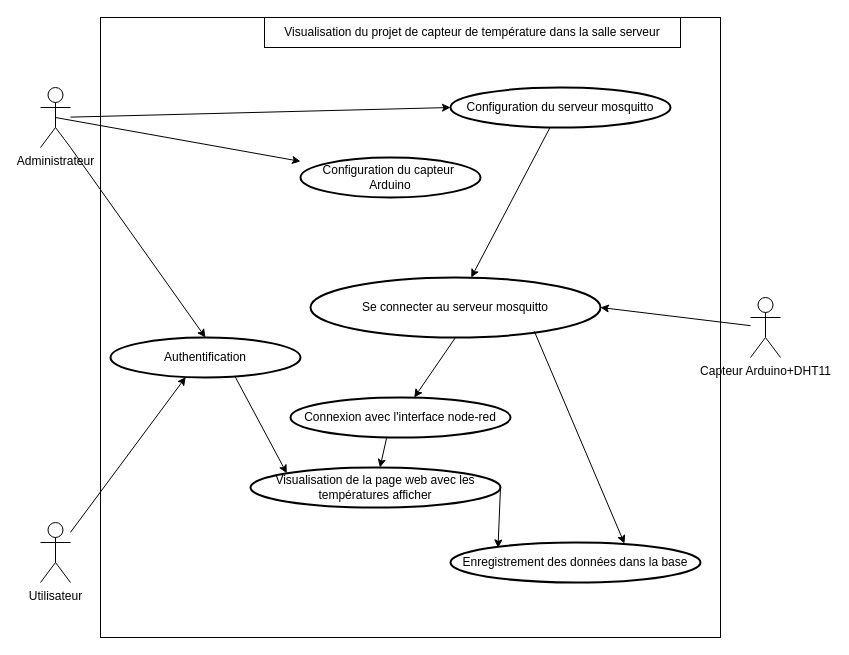
This is Avant_Commencement_Projet/Diagramme_UseCase/Diagramme_UseCase_KETTERER_projet.drawio from AnthonyKTTR67/projet, a draw.io file, before an edit. Source tidied: cells renumbered, new cells numbered last; positions are measured from the earlier drawing's top-left corner, leaving out a move shared by most shapes. Both pictures are drawn from the tidied source at 100%, with x=0, y=0 at pixel (40, 17).
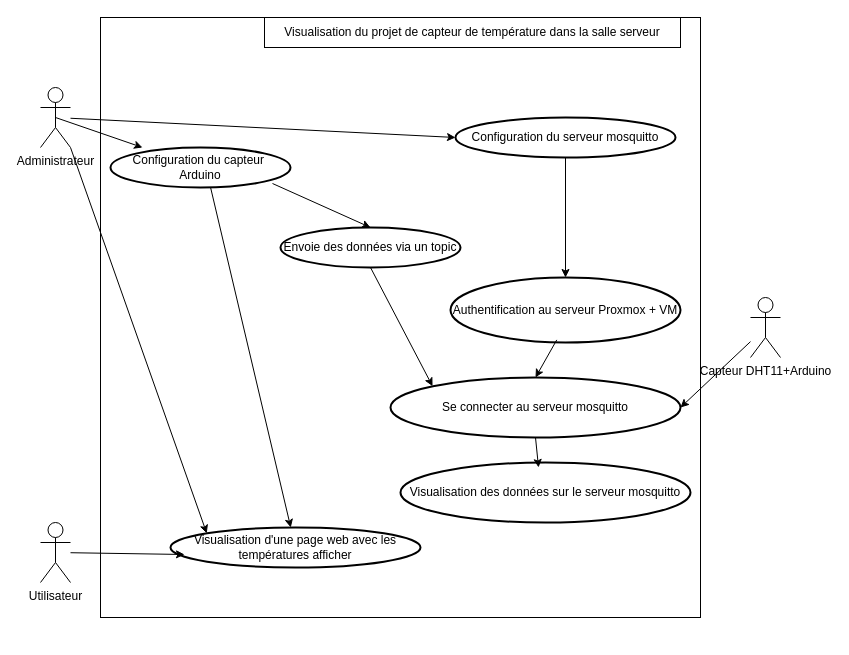
Above is the later version.

Unchanged cells that the change refers to:
```xml
<mxCell id="3" value="Administrateur" style="shape=umlActor;verticalLabelPosition=bottom;verticalAlign=top;html=1;outlineConnect=0;" parent="1" vertex="1">
  <mxGeometry y="70" width="30" height="60" as="geometry" />
</mxCell>
<mxCell id="4" value="Utilisateur" style="shape=umlActor;verticalLabelPosition=bottom;verticalAlign=top;html=1;outlineConnect=0;" parent="1" vertex="1">
  <mxGeometry y="505" width="30" height="60" as="geometry" />
</mxCell>
```

Change to the diagram source:
```diff
@@
     <mxCell id="2" style="whiteSpace=wrap;html=1;" parent="1" vertex="1">
-      <mxGeometry x="60" width="620" height="620" as="geometry" />
+      <mxGeometry x="60" width="600" height="600" as="geometry" />
     </mxCell>
@@
     <mxCell id="6" value="Configuration du capteur&amp;nbsp; Arduino" style="strokeWidth=2;html=1;shape=mxgraph.flowchart.start_1;whiteSpace=wrap;" parent="1" vertex="1">
-      <mxGeometry x="260" y="140" width="180" height="40" as="geometry" />
+      <mxGeometry x="70" y="130" width="180" height="40" as="geometry" />
     </mxCell>
     <mxCell id="7" value="Configuration du serveur mosquitto" style="strokeWidth=2;html=1;shape=mxgraph.flowchart.start_1;whiteSpace=wrap;" parent="1" vertex="1">
-      <mxGeometry x="410" y="70" width="220" height="40" as="geometry" />
+      <mxGeometry x="415" y="100" width="220" height="40" as="geometry" />
     </mxCell>
@@
     <mxCell id="10" value="Se connecter au serveur mosquitto" style="strokeWidth=2;html=1;shape=mxgraph.flowchart.start_1;whiteSpace=wrap;" parent="1" vertex="1">
-      <mxGeometry x="270" y="260" width="290" height="60" as="geometry" />
+      <mxGeometry x="350" y="360" width="290" height="60" as="geometry" />
     </mxCell>
-    <mxCell id="11" style="endArrow=classic;html=1;rounded=0;" parent="1" edge="1" source="7" target="10">
-      <mxGeometry relative="1" as="geometry" />
-    </mxCell>
-    <mxCell id="12" value="Connexion avec l'interface node-red" style="strokeWidth=2;html=1;shape=mxgraph.flowchart.start_1;whiteSpace=wrap;" parent="1" vertex="1">
-      <mxGeometry x="250" y="380" width="220" height="40" as="geometry" />
-    </mxCell>
-    <mxCell id="13" value="Visualisation de la page web avec les températures afficher" style="strokeWidth=2;html=1;shape=mxgraph.flowchart.start_1;whiteSpace=wrap;" parent="1" vertex="1">
-      <mxGeometry x="210" y="450" width="250" height="40" as="geometry" />
+    <mxCell id="13" value="Visualisation d'une page web avec les températures afficher" style="strokeWidth=2;html=1;shape=mxgraph.flowchart.start_1;whiteSpace=wrap;" parent="1" vertex="1">
+      <mxGeometry x="130" y="510" width="250" height="40" as="geometry" />
     </mxCell>
-    <mxCell id="14" style="endArrow=classic;html=1;rounded=0;exitX=0.5;exitY=1;exitDx=0;exitDy=0;exitPerimeter=0;" parent="1" edge="1" source="10" target="12">
-      <mxGeometry relative="1" as="geometry" />
-    </mxCell>
-    <mxCell id="15" style="endArrow=classic;html=1;rounded=0;exitX=0.438;exitY=0.983;exitDx=0;exitDy=0;exitPerimeter=0;" parent="1" edge="1" source="12" target="13">
+    <mxCell id="15" style="endArrow=classic;html=1;rounded=0;exitX=0.556;exitY=1;exitDx=0;exitDy=0;exitPerimeter=0;" parent="1" edge="1" source="6" target="13">
       <mxGeometry relative="1" as="geometry" />
     </mxCell>
-    <mxCell id="16" style="endArrow=classic;html=1;rounded=0;entryX=0.5;entryY=0;entryDx=0;entryDy=0;entryPerimeter=0;exitX=1;exitY=1;exitDx=0;exitDy=0;exitPerimeter=0;" parent="1" edge="1" source="3" target="23">
+    <mxCell id="16" style="endArrow=classic;html=1;rounded=0;entryX=0.145;entryY=0.145;entryDx=0;entryDy=0;entryPerimeter=0;exitX=1;exitY=1;exitDx=0;exitDy=0;exitPerimeter=0;" parent="1" edge="1" source="3" target="13">
       <mxGeometry relative="1" as="geometry" />
     </mxCell>
-    <mxCell id="17" value="Enregistrement des données dans la base" style="strokeWidth=2;html=1;shape=mxgraph.flowchart.start_1;whiteSpace=wrap;" parent="1" vertex="1">
-      <mxGeometry x="410" y="525" width="250" height="40" as="geometry" />
-    </mxCell>
-    <mxCell id="18" style="endArrow=classic;html=1;rounded=0;entryX=0.696;entryY=0.028;entryDx=0;entryDy=0;entryPerimeter=0;exitX=0.772;exitY=0.899;exitDx=0;exitDy=0;exitPerimeter=0;" parent="1" edge="1" source="10" target="17">
-      <mxGeometry relative="1" as="geometry" />
-    </mxCell>
-    <mxCell id="19" value="Capteur Arduino+DHT11" style="shape=umlActor;verticalLabelPosition=bottom;verticalAlign=top;html=1;outlineConnect=0;" parent="1" vertex="1">
+    <mxCell id="19" value="Capteur DHT11+Arduino" style="shape=umlActor;verticalLabelPosition=bottom;verticalAlign=top;html=1;outlineConnect=0;" parent="1" vertex="1">
       <mxGeometry x="710" y="280" width="30" height="60" as="geometry" />
     </mxCell>
@@
-    <mxCell id="21" style="endArrow=classic;html=1;rounded=0;entryX=0.396;entryY=0.99;entryDx=0;entryDy=0;entryPerimeter=0;" parent="1" edge="1" source="4" target="23">
+    <mxCell id="21" style="endArrow=classic;html=1;rounded=0;entryX=0.056;entryY=0.675;entryDx=0;entryDy=0;entryPerimeter=0;" parent="1" edge="1" source="4" target="13">
       <mxGeometry relative="1" as="geometry" />
     </mxCell>
-    <mxCell id="22" style="endArrow=classic;html=1;rounded=0;exitX=1;exitY=0.5;exitDx=0;exitDy=0;exitPerimeter=0;entryX=0.19;entryY=0.135;entryDx=0;entryDy=0;entryPerimeter=0;" parent="1" edge="1" source="13" target="17">
-      <mxGeometry relative="1" as="geometry" />
-    </mxCell>
-    <mxCell id="23" value="Authentification" style="strokeWidth=2;html=1;shape=mxgraph.flowchart.start_1;whiteSpace=wrap;" parent="1" vertex="1">
-      <mxGeometry x="70" y="320" width="190" height="40" as="geometry" />
-    </mxCell>
-    <mxCell id="24" style="endArrow=classic;html=1;rounded=0;entryX=0.145;entryY=0.145;entryDx=0;entryDy=0;entryPerimeter=0;exitX=0.657;exitY=0.99;exitDx=0;exitDy=0;exitPerimeter=0;" parent="1" edge="1" source="23" target="13">
-      <mxGeometry relative="1" as="geometry" />
-    </mxCell>
+    <mxCell id="25" value="Authentification au serveur Proxmox + VM" style="strokeWidth=2;html=1;shape=mxgraph.flowchart.start_1;whiteSpace=wrap;" parent="1" vertex="1">
+      <mxGeometry x="410" y="260" width="230" height="65" as="geometry" />
+    </mxCell>
+    <mxCell id="26" style="endArrow=classic;html=1;rounded=0;entryX=0.5;entryY=0;entryDx=0;entryDy=0;entryPerimeter=0;exitX=0.5;exitY=1;exitDx=0;exitDy=0;exitPerimeter=0;" parent="1" edge="1" source="7" target="25">
+      <mxGeometry relative="1" as="geometry" />
+    </mxCell>
+    <mxCell id="27" style="endArrow=classic;html=1;rounded=0;entryX=0.5;entryY=0;entryDx=0;entryDy=0;entryPerimeter=0;exitX=0.462;exitY=0.96;exitDx=0;exitDy=0;exitPerimeter=0;" parent="1" edge="1" source="25" target="10">
+      <mxGeometry relative="1" as="geometry" />
+    </mxCell>
+    <mxCell id="28" value="Envoie des données via un topic" style="strokeWidth=2;html=1;shape=mxgraph.flowchart.start_1;whiteSpace=wrap;" parent="1" vertex="1">
+      <mxGeometry x="240" y="210" width="180" height="40" as="geometry" />
+    </mxCell>
+    <mxCell id="29" style="endArrow=classic;html=1;rounded=0;exitX=0.9;exitY=0.9;exitDx=0;exitDy=0;exitPerimeter=0;entryX=0.5;entryY=0;entryDx=0;entryDy=0;entryPerimeter=0;" parent="1" edge="1" source="6" target="28">
+      <mxGeometry relative="1" as="geometry" />
+    </mxCell>
+    <mxCell id="30" style="endArrow=classic;html=1;rounded=0;exitX=0.5;exitY=1;exitDx=0;exitDy=0;exitPerimeter=0;entryX=0.145;entryY=0.145;entryDx=0;entryDy=0;entryPerimeter=0;" parent="1" edge="1" source="28" target="10">
+      <mxGeometry relative="1" as="geometry" />
+    </mxCell>
+    <mxCell id="31" value="Visualisation des données sur le serveur mosquitto" style="strokeWidth=2;html=1;shape=mxgraph.flowchart.start_1;whiteSpace=wrap;" parent="1" vertex="1">
+      <mxGeometry x="360" y="445" width="290" height="60" as="geometry" />
+    </mxCell>
+    <mxCell id="32" style="endArrow=classic;html=1;rounded=0;exitX=0.5;exitY=1;exitDx=0;exitDy=0;exitPerimeter=0;entryX=0.476;entryY=0.083;entryDx=0;entryDy=0;entryPerimeter=0;" parent="1" edge="1" source="10" target="31">
+      <mxGeometry relative="1" as="geometry" />
+    </mxCell>
```
